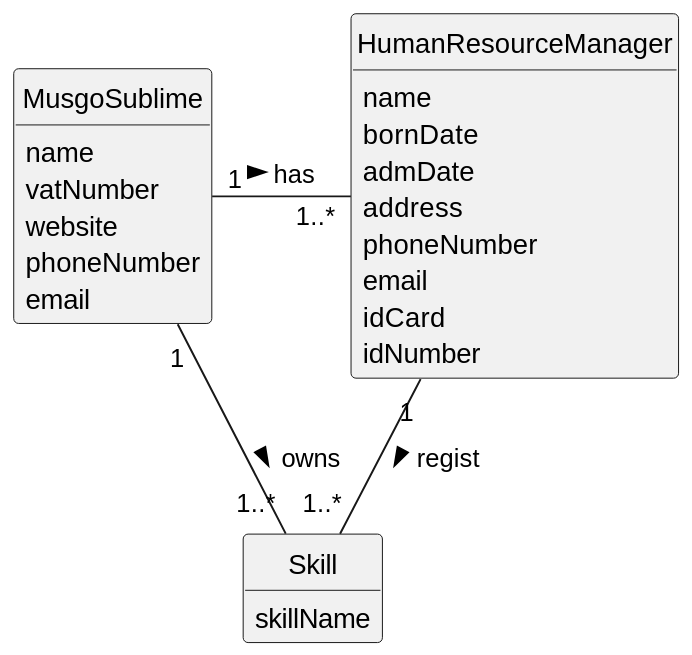
1231360-ISEP/lei-24-s2-1db-g021 keeps this PlantUML diagram as docs/sprintA/us001/02.analysis/svg/us001-domain-model.svg. Above is the earlier version.
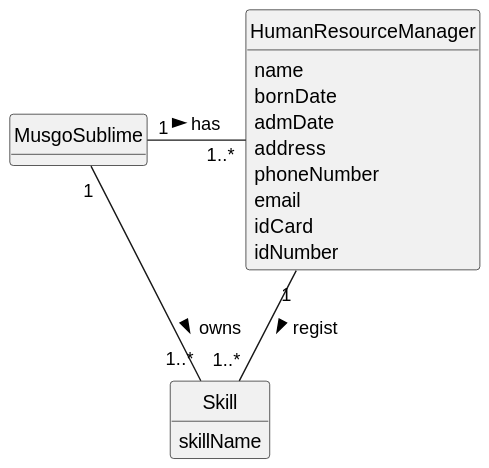
After the change.

Commit message:
Update the US01 and US05 Domain Model and SVG´s

Change to the diagram source:
```diff
@@ -9,11 +9,6 @@
 hide methods
 
 class MusgoSublime {
-    name
-    vatNumber
-    website
-    phoneNumber
-    email
 }
 
 class HumanResourceManager {
```
